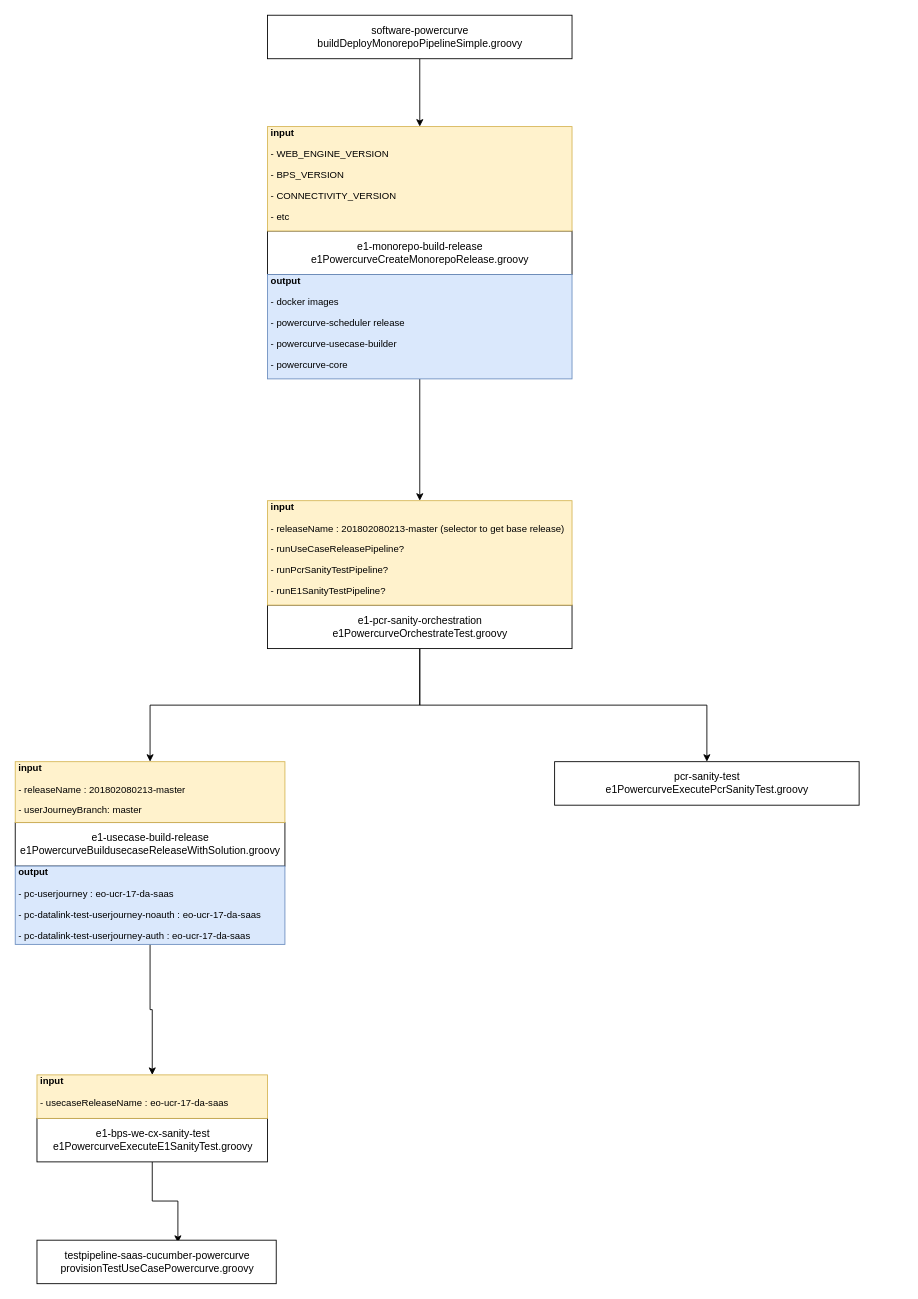
The draw.io diagram page "Page-1" (1 of 2) of e1-flows.drawio in cjjian/Diagram, before the edit. Source tidied: cells renumbered, new cells numbered last; positions are measured from the earlier drawing's top-left corner, leaving out a move shared by most shapes. Both pictures are drawn from the tidied source at 87%, with x=0, y=0 at pixel (15, 15).
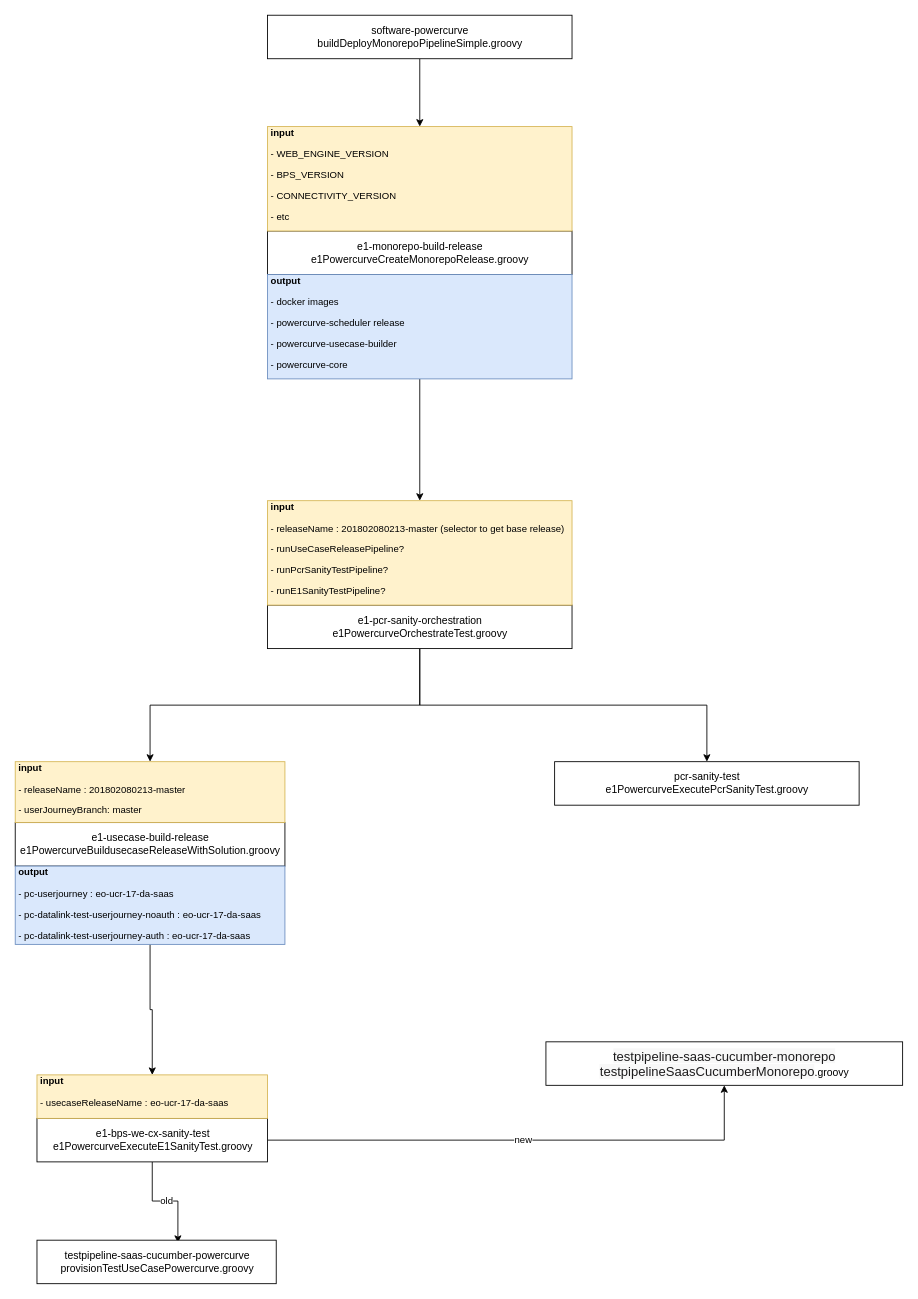
The same page after the edit.

Unchanged cells that the change refers to:
```xml
<mxCell id="12" value="&lt;span style=&quot;white-space: normal&quot;&gt;e1-bps-we-cx-sanity-test&lt;br&gt;&lt;/span&gt;e1PowercurveExecuteE1SanityTest.groovy" style="html=1;" parent="1" vertex="1">
  <mxGeometry x="25" y="1268" width="265" height="50" as="geometry" />
</mxCell>
<mxCell id="14" value="&lt;span style=&quot;white-space: normal&quot;&gt;testpipeline-saas-cucumber-powercurve&lt;/span&gt;&lt;span style=&quot;white-space: normal&quot;&gt;&lt;br&gt;&lt;/span&gt;provisionTestUseCasePowercurve.groovy" style="html=1;" parent="1" vertex="1">
  <mxGeometry x="25" y="1408" width="275" height="50" as="geometry" />
</mxCell>
```

The edit, as a diff of the source:
```diff
@@
-    <mxCell id="11" style="edgeStyle=orthogonalEdgeStyle;rounded=0;jettySize=auto;html=1;entryX=0.589;entryY=0.06;entryDx=0;entryDy=0;entryPerimeter=0;" parent="1" edge="1" source="12" target="14">
+    <mxCell id="11" value="old" style="edgeStyle=orthogonalEdgeStyle;rounded=0;jettySize=auto;html=1;entryX=0.589;entryY=0.06;entryDx=0;entryDy=0;entryPerimeter=0;" parent="1" edge="1" source="12" target="14">
       <mxGeometry relative="1" as="geometry" />
     </mxCell>
+    <mxCell id="21" value="new" style="edgeStyle=orthogonalEdgeStyle;rounded=0;jettySize=auto;html=1;" parent="1" edge="1" source="12" target="22">
+      <mxGeometry relative="1" as="geometry" />
+    </mxCell>
@@
+    <mxCell id="22" value="&lt;span style=&quot;color: rgb(29 , 28 , 29) ; font-family: , &amp;#34;applelogo&amp;#34; , sans-serif ; font-size: 15px ; text-align: left ; white-space: normal ; background-color: rgb(248 , 248 , 248)&quot;&gt;testpipeline-saas-cucumber-monorepo&lt;/span&gt;&lt;span style=&quot;white-space: normal&quot;&gt;&lt;br&gt;&lt;/span&gt;&lt;span style=&quot;color: rgb(29 , 28 , 29) ; font-family: , &amp;#34;applelogo&amp;#34; , sans-serif ; font-size: 15px ; text-align: left ; white-space: normal ; background-color: rgb(248 , 248 , 248)&quot;&gt;testpipelineSaasCucumberMonorepo&lt;/span&gt;.groovy" style="html=1;" parent="1" vertex="1">
+      <mxGeometry x="610" y="1180" width="410" height="50" as="geometry" />
+    </mxCell>
```
